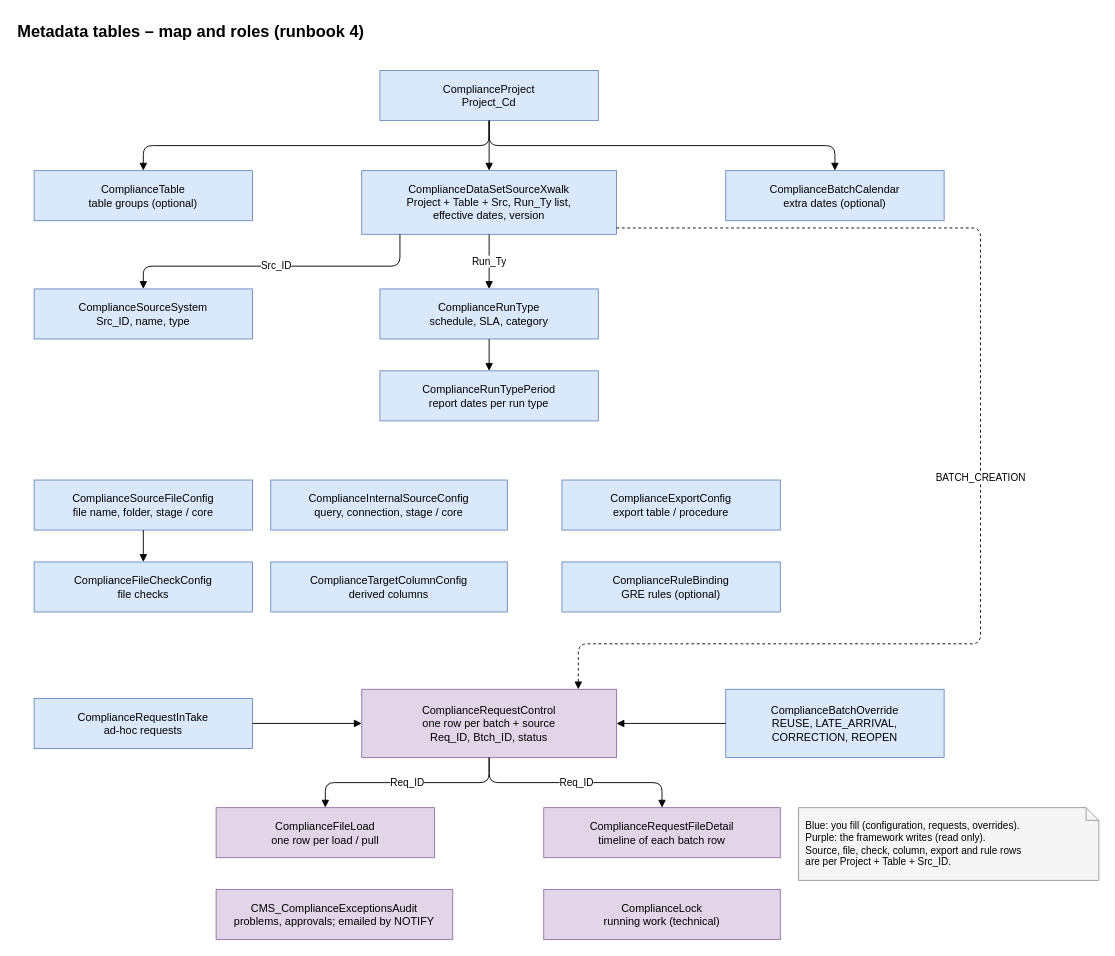
The draw.io diagram airflow_resources/docs/diagrams/pages/14_metadata_tables.drawio in trinathgundavaram/framework, before the edit. Source tidied: cells renumbered, new cells numbered last; positions are measured from the earlier drawing's top-left corner, leaving out a move shared by most shapes. Both pictures are drawn from the tidied source at 91%, with x=0, y=0 at pixel (15, 15).
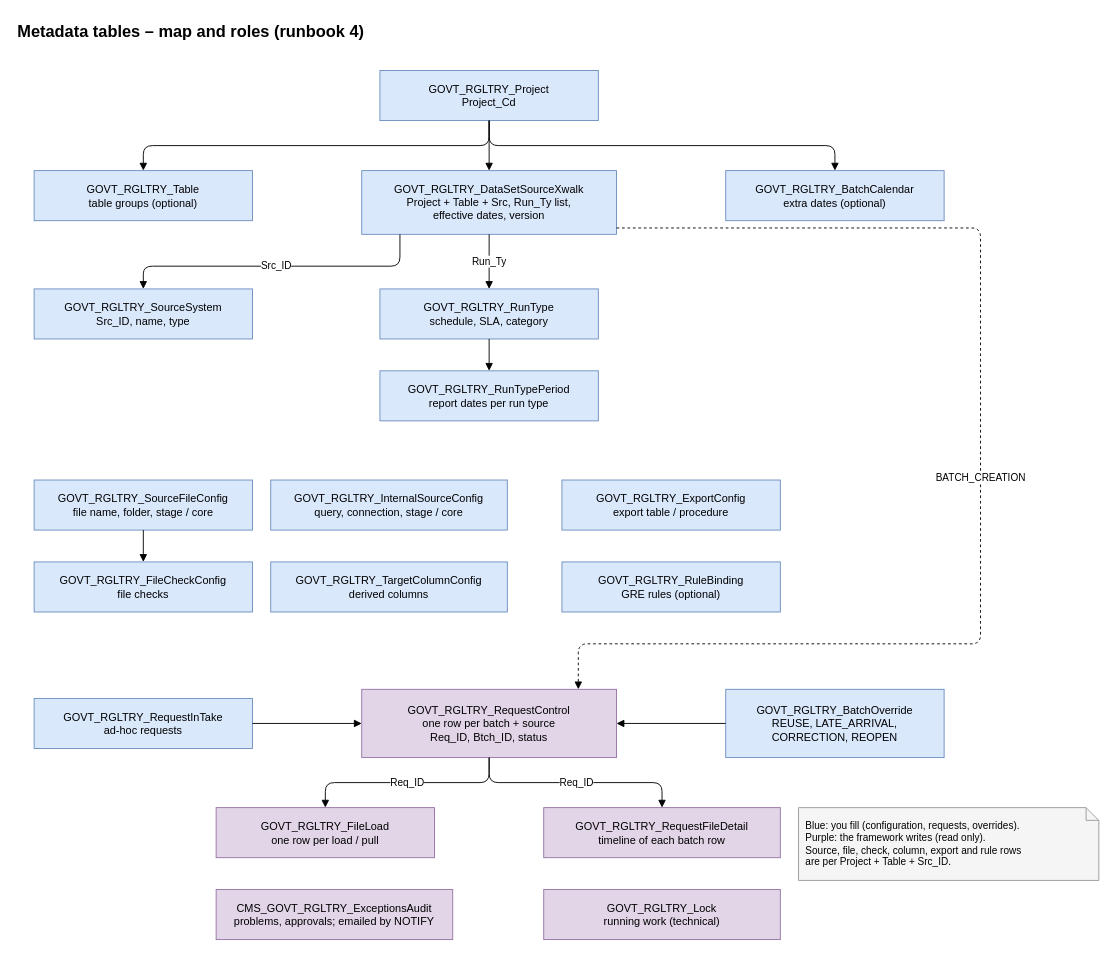
The same page after the edit.

What changed in the source:
```diff
@@
-    <mxCell id="3" value="ComplianceProject&lt;br&gt;Project_Cd" style="rounded=0;whiteSpace=wrap;html=1;fillColor=#dae8fc;strokeColor=#6c8ebf;" parent="1" vertex="1">
+    <mxCell id="3" value="GOVT_RGLTRY_Project&lt;br&gt;Project_Cd" style="rounded=0;whiteSpace=wrap;html=1;fillColor=#dae8fc;strokeColor=#6c8ebf;" parent="1" vertex="1">
       <mxGeometry x="400" y="60" width="240" height="55" as="geometry" />
     </mxCell>
-    <mxCell id="4" value="ComplianceTable&lt;br&gt;table groups (optional)" style="rounded=0;whiteSpace=wrap;html=1;fillColor=#dae8fc;strokeColor=#6c8ebf;" parent="1" vertex="1">
+    <mxCell id="4" value="GOVT_RGLTRY_Table&lt;br&gt;table groups (optional)" style="rounded=0;whiteSpace=wrap;html=1;fillColor=#dae8fc;strokeColor=#6c8ebf;" parent="1" vertex="1">
       <mxGeometry x="20" y="170" width="240" height="55" as="geometry" />
     </mxCell>
-    <mxCell id="5" value="ComplianceDataSetSourceXwalk&lt;br&gt;Project + Table + Src, Run_Ty list,&lt;br&gt;effective dates, version" style="rounded=0;whiteSpace=wrap;html=1;fillColor=#dae8fc;strokeColor=#6c8ebf;" parent="1" vertex="1">
+    <mxCell id="5" value="GOVT_RGLTRY_DataSetSourceXwalk&lt;br&gt;Project + Table + Src, Run_Ty list,&lt;br&gt;effective dates, version" style="rounded=0;whiteSpace=wrap;html=1;fillColor=#dae8fc;strokeColor=#6c8ebf;" parent="1" vertex="1">
       <mxGeometry x="380" y="170" width="280" height="70" as="geometry" />
     </mxCell>
-    <mxCell id="6" value="ComplianceBatchCalendar&lt;br&gt;extra dates (optional)" style="rounded=0;whiteSpace=wrap;html=1;fillColor=#dae8fc;strokeColor=#6c8ebf;" parent="1" vertex="1">
+    <mxCell id="6" value="GOVT_RGLTRY_BatchCalendar&lt;br&gt;extra dates (optional)" style="rounded=0;whiteSpace=wrap;html=1;fillColor=#dae8fc;strokeColor=#6c8ebf;" parent="1" vertex="1">
       <mxGeometry x="780" y="170" width="240" height="55" as="geometry" />
     </mxCell>
-    <mxCell id="7" value="ComplianceSourceSystem&lt;br&gt;Src_ID, name, type" style="rounded=0;whiteSpace=wrap;html=1;fillColor=#dae8fc;strokeColor=#6c8ebf;" parent="1" vertex="1">
+    <mxCell id="7" value="GOVT_RGLTRY_SourceSystem&lt;br&gt;Src_ID, name, type" style="rounded=0;whiteSpace=wrap;html=1;fillColor=#dae8fc;strokeColor=#6c8ebf;" parent="1" vertex="1">
       <mxGeometry x="20" y="300" width="240" height="55" as="geometry" />
     </mxCell>
-    <mxCell id="8" value="ComplianceRunType&lt;br&gt;schedule, SLA, category" style="rounded=0;whiteSpace=wrap;html=1;fillColor=#dae8fc;strokeColor=#6c8ebf;" parent="1" vertex="1">
+    <mxCell id="8" value="GOVT_RGLTRY_RunType&lt;br&gt;schedule, SLA, category" style="rounded=0;whiteSpace=wrap;html=1;fillColor=#dae8fc;strokeColor=#6c8ebf;" parent="1" vertex="1">
       <mxGeometry x="400" y="300" width="240" height="55" as="geometry" />
     </mxCell>
-    <mxCell id="9" value="ComplianceRunTypePeriod&lt;br&gt;report dates per run type" style="rounded=0;whiteSpace=wrap;html=1;fillColor=#dae8fc;strokeColor=#6c8ebf;" parent="1" vertex="1">
+    <mxCell id="9" value="GOVT_RGLTRY_RunTypePeriod&lt;br&gt;report dates per run type" style="rounded=0;whiteSpace=wrap;html=1;fillColor=#dae8fc;strokeColor=#6c8ebf;" parent="1" vertex="1">
       <mxGeometry x="400" y="390" width="240" height="55" as="geometry" />
     </mxCell>
-    <mxCell id="10" value="ComplianceSourceFileConfig&lt;br&gt;file name, folder, stage / core" style="rounded=0;whiteSpace=wrap;html=1;fillColor=#dae8fc;strokeColor=#6c8ebf;" parent="1" vertex="1">
+    <mxCell id="10" value="GOVT_RGLTRY_SourceFileConfig&lt;br&gt;file name, folder, stage / core" style="rounded=0;whiteSpace=wrap;html=1;fillColor=#dae8fc;strokeColor=#6c8ebf;" parent="1" vertex="1">
       <mxGeometry x="20" y="510" width="240" height="55" as="geometry" />
     </mxCell>
-    <mxCell id="11" value="ComplianceInternalSourceConfig&lt;br&gt;query, connection, stage / core" style="rounded=0;whiteSpace=wrap;html=1;fillColor=#dae8fc;strokeColor=#6c8ebf;" parent="1" vertex="1">
+    <mxCell id="11" value="GOVT_RGLTRY_InternalSourceConfig&lt;br&gt;query, connection, stage / core" style="rounded=0;whiteSpace=wrap;html=1;fillColor=#dae8fc;strokeColor=#6c8ebf;" parent="1" vertex="1">
       <mxGeometry x="280" y="510" width="260" height="55" as="geometry" />
     </mxCell>
-    <mxCell id="12" value="ComplianceFileCheckConfig&lt;br&gt;file checks" style="rounded=0;whiteSpace=wrap;html=1;fillColor=#dae8fc;strokeColor=#6c8ebf;" parent="1" vertex="1">
+    <mxCell id="12" value="GOVT_RGLTRY_FileCheckConfig&lt;br&gt;file checks" style="rounded=0;whiteSpace=wrap;html=1;fillColor=#dae8fc;strokeColor=#6c8ebf;" parent="1" vertex="1">
       <mxGeometry x="20" y="600" width="240" height="55" as="geometry" />
     </mxCell>
-    <mxCell id="13" value="ComplianceTargetColumnConfig&lt;br&gt;derived columns" style="rounded=0;whiteSpace=wrap;html=1;fillColor=#dae8fc;strokeColor=#6c8ebf;" parent="1" vertex="1">
+    <mxCell id="13" value="GOVT_RGLTRY_TargetColumnConfig&lt;br&gt;derived columns" style="rounded=0;whiteSpace=wrap;html=1;fillColor=#dae8fc;strokeColor=#6c8ebf;" parent="1" vertex="1">
       <mxGeometry x="280" y="600" width="260" height="55" as="geometry" />
     </mxCell>
-    <mxCell id="14" value="ComplianceExportConfig&lt;br&gt;export table / procedure" style="rounded=0;whiteSpace=wrap;html=1;fillColor=#dae8fc;strokeColor=#6c8ebf;" parent="1" vertex="1">
+    <mxCell id="14" value="GOVT_RGLTRY_ExportConfig&lt;br&gt;export table / procedure" style="rounded=0;whiteSpace=wrap;html=1;fillColor=#dae8fc;strokeColor=#6c8ebf;" parent="1" vertex="1">
       <mxGeometry x="600" y="510" width="240" height="55" as="geometry" />
     </mxCell>
-    <mxCell id="15" value="ComplianceRuleBinding&lt;br&gt;GRE rules (optional)" style="rounded=0;whiteSpace=wrap;html=1;fillColor=#dae8fc;strokeColor=#6c8ebf;" parent="1" vertex="1">
+    <mxCell id="15" value="GOVT_RGLTRY_RuleBinding&lt;br&gt;GRE rules (optional)" style="rounded=0;whiteSpace=wrap;html=1;fillColor=#dae8fc;strokeColor=#6c8ebf;" parent="1" vertex="1">
       <mxGeometry x="600" y="600" width="240" height="55" as="geometry" />
     </mxCell>
-    <mxCell id="16" value="ComplianceRequestInTake&lt;br&gt;ad-hoc requests" style="rounded=0;whiteSpace=wrap;html=1;fillColor=#dae8fc;strokeColor=#6c8ebf;" parent="1" vertex="1">
+    <mxCell id="16" value="GOVT_RGLTRY_RequestInTake&lt;br&gt;ad-hoc requests" style="rounded=0;whiteSpace=wrap;html=1;fillColor=#dae8fc;strokeColor=#6c8ebf;" parent="1" vertex="1">
       <mxGeometry x="20" y="750" width="240" height="55" as="geometry" />
     </mxCell>
-    <mxCell id="17" value="ComplianceRequestControl&lt;br&gt;one row per batch + source&lt;br&gt;Req_ID, Btch_ID, status" style="rounded=0;whiteSpace=wrap;html=1;fillColor=#e1d5e7;strokeColor=#9673a6;" parent="1" vertex="1">
+    <mxCell id="17" value="GOVT_RGLTRY_RequestControl&lt;br&gt;one row per batch + source&lt;br&gt;Req_ID, Btch_ID, status" style="rounded=0;whiteSpace=wrap;html=1;fillColor=#e1d5e7;strokeColor=#9673a6;" parent="1" vertex="1">
       <mxGeometry x="380" y="740" width="280" height="75" as="geometry" />
     </mxCell>
-    <mxCell id="18" value="ComplianceBatchOverride&lt;br&gt;REUSE, LATE_ARRIVAL,&lt;br&gt;CORRECTION, REOPEN" style="rounded=0;whiteSpace=wrap;html=1;fillColor=#dae8fc;strokeColor=#6c8ebf;" parent="1" vertex="1">
+    <mxCell id="18" value="GOVT_RGLTRY_BatchOverride&lt;br&gt;REUSE, LATE_ARRIVAL,&lt;br&gt;CORRECTION, REOPEN" style="rounded=0;whiteSpace=wrap;html=1;fillColor=#dae8fc;strokeColor=#6c8ebf;" parent="1" vertex="1">
       <mxGeometry x="780" y="740" width="240" height="75" as="geometry" />
     </mxCell>
-    <mxCell id="19" value="ComplianceFileLoad&lt;br&gt;one row per load / pull" style="rounded=0;whiteSpace=wrap;html=1;fillColor=#e1d5e7;strokeColor=#9673a6;" parent="1" vertex="1">
+    <mxCell id="19" value="GOVT_RGLTRY_FileLoad&lt;br&gt;one row per load / pull" style="rounded=0;whiteSpace=wrap;html=1;fillColor=#e1d5e7;strokeColor=#9673a6;" parent="1" vertex="1">
       <mxGeometry x="220" y="870" width="240" height="55" as="geometry" />
     </mxCell>
-    <mxCell id="20" value="ComplianceRequestFileDetail&lt;br&gt;timeline of each batch row" style="rounded=0;whiteSpace=wrap;html=1;fillColor=#e1d5e7;strokeColor=#9673a6;" parent="1" vertex="1">
+    <mxCell id="20" value="GOVT_RGLTRY_RequestFileDetail&lt;br&gt;timeline of each batch row" style="rounded=0;whiteSpace=wrap;html=1;fillColor=#e1d5e7;strokeColor=#9673a6;" parent="1" vertex="1">
       <mxGeometry x="580" y="870" width="260" height="55" as="geometry" />
     </mxCell>
-    <mxCell id="21" value="CMS_ComplianceExceptionsAudit&lt;br&gt;problems, approvals; emailed by NOTIFY" style="rounded=0;whiteSpace=wrap;html=1;fillColor=#e1d5e7;strokeColor=#9673a6;" parent="1" vertex="1">
+    <mxCell id="21" value="CMS_GOVT_RGLTRY_ExceptionsAudit&lt;br&gt;problems, approvals; emailed by NOTIFY" style="rounded=0;whiteSpace=wrap;html=1;fillColor=#e1d5e7;strokeColor=#9673a6;" parent="1" vertex="1">
       <mxGeometry x="220" y="960" width="260" height="55" as="geometry" />
     </mxCell>
-    <mxCell id="22" value="ComplianceLock&lt;br&gt;running work (technical)" style="rounded=0;whiteSpace=wrap;html=1;fillColor=#e1d5e7;strokeColor=#9673a6;" parent="1" vertex="1">
+    <mxCell id="22" value="GOVT_RGLTRY_Lock&lt;br&gt;running work (technical)" style="rounded=0;whiteSpace=wrap;html=1;fillColor=#e1d5e7;strokeColor=#9673a6;" parent="1" vertex="1">
       <mxGeometry x="580" y="960" width="260" height="55" as="geometry" />
     </mxCell>
```
